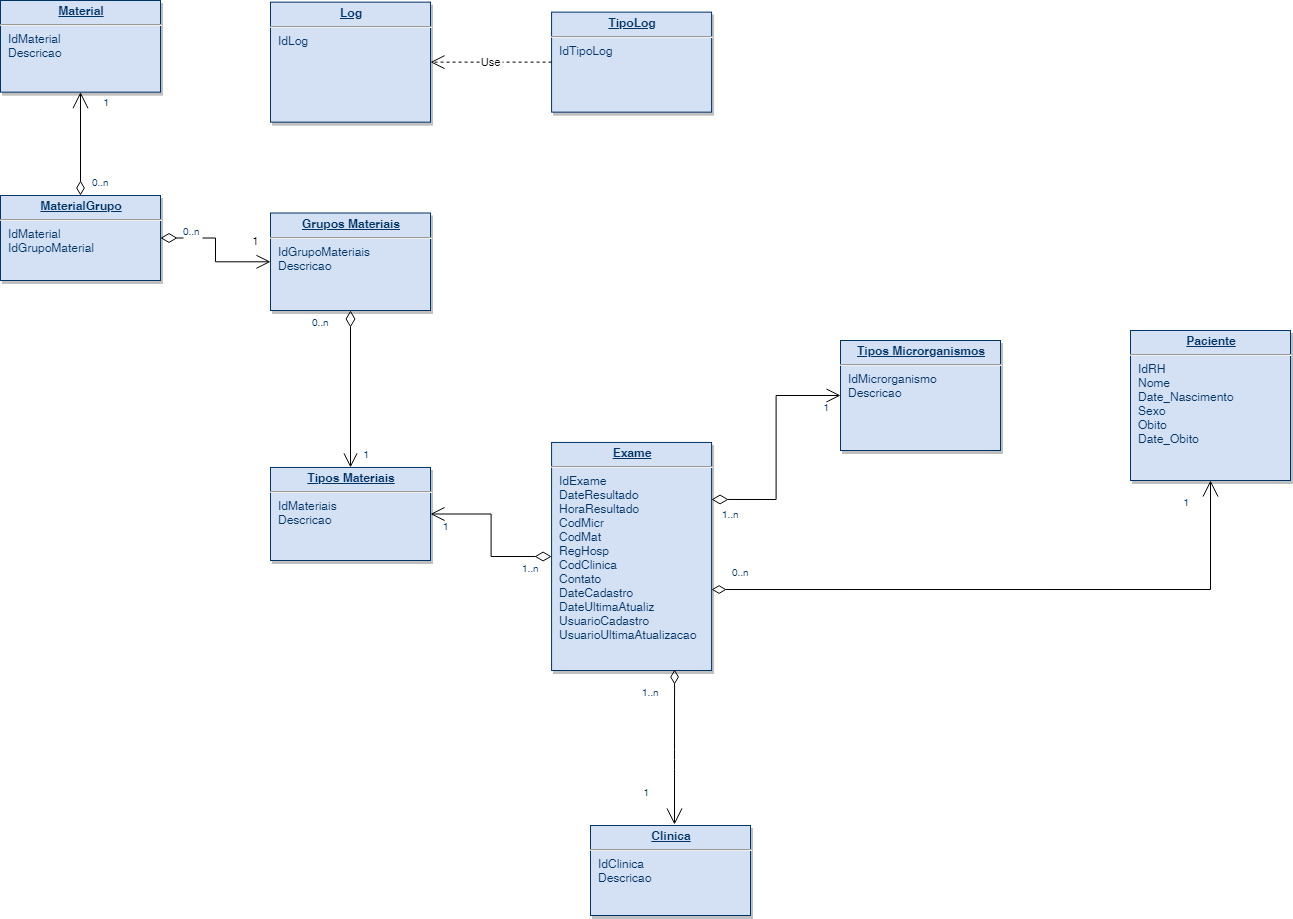
henriqlustosa/Sistema_Isolamento_Novo keeps this draw.io diagram as Sistema_Isolamento.png. Above is the earlier version. Source tidied: cells renumbered, new cells last; positions are measured from the earlier drawing's top-left corner, leaving out a move shared by most shapes.
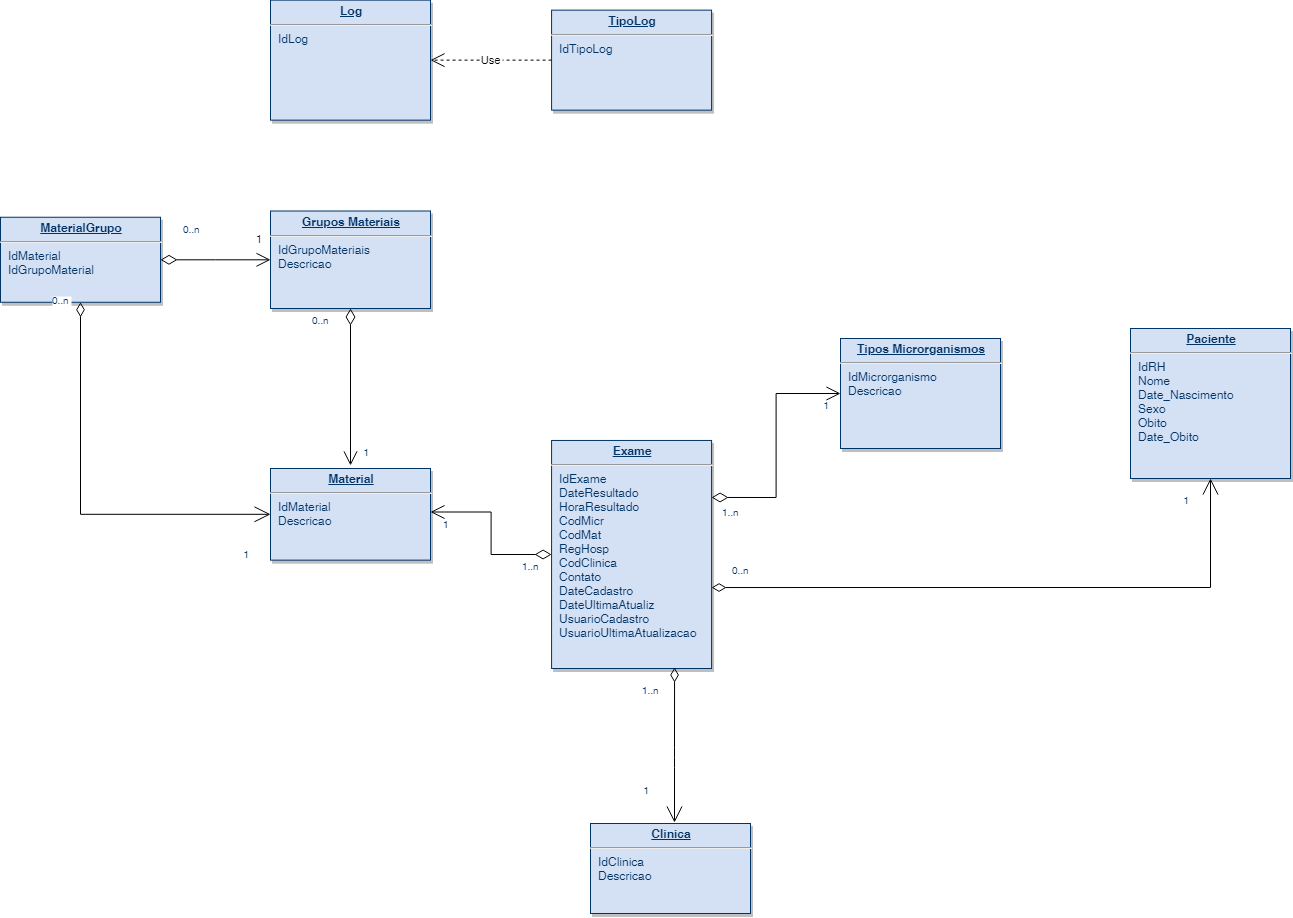
Above is the later version.

What changed in the source:
```diff
@@ -9,7 +9,7 @@
       <mxGeometry x="270" y="212.5" width="160" height="97.5" as="geometry" />
     </mxCell>
     <mxCell id="4" value="&lt;p style=&quot;margin: 0px ; margin-top: 4px ; text-align: center ; text-decoration: underline&quot;&gt;&lt;b&gt;MaterialGrupo&lt;/b&gt;&lt;/p&gt;&lt;hr&gt;&lt;p style=&quot;margin: 0px ; margin-left: 8px&quot;&gt;IdMaterial&lt;/p&gt;&lt;p style=&quot;margin: 0px ; margin-left: 8px&quot;&gt;IdGrupoMaterial&lt;/p&gt;" style="verticalAlign=top;align=left;overflow=fill;fontSize=12;fontFamily=Helvetica;html=1;strokeColor=#003366;shadow=1;fillColor=#D4E1F5;fontColor=#003366;" parent="1" vertex="1">
-      <mxGeometry y="195" width="160" height="85" as="geometry" />
+      <mxGeometry y="218.8" width="160" height="85" as="geometry" />
     </mxCell>
     <mxCell id="5" value="&lt;p style=&quot;margin: 0px ; margin-top: 4px ; text-align: center ; text-decoration: underline&quot;&gt;&lt;b&gt;Tipos Microrganismos&lt;/b&gt;&lt;/p&gt;&lt;hr&gt;&lt;p style=&quot;margin: 0px ; margin-left: 8px&quot;&gt;IdMicrorganismo&lt;/p&gt;&lt;p style=&quot;margin: 0px ; margin-left: 8px&quot;&gt;Descricao&lt;/p&gt;" style="verticalAlign=top;align=left;overflow=fill;fontSize=12;fontFamily=Helvetica;html=1;strokeColor=#003366;shadow=1;fillColor=#D4E1F5;fontColor=#003366;" parent="1" vertex="1">
       <mxGeometry x="840" y="340" width="160" height="110" as="geometry" />
@@ -17,11 +17,8 @@
     <mxCell id="6" value="&lt;p style=&quot;margin: 0px ; margin-top: 4px ; text-align: center ; text-decoration: underline&quot;&gt;&lt;b&gt;TipoLog&lt;/b&gt;&lt;/p&gt;&lt;hr&gt;&lt;p style=&quot;margin: 0px ; margin-left: 8px&quot;&gt;IdTipoLog&lt;/p&gt;&lt;p style=&quot;margin: 0px ; margin-left: 8px&quot;&gt;&lt;br&gt;&lt;/p&gt;" style="verticalAlign=top;align=left;overflow=fill;fontSize=12;fontFamily=Helvetica;html=1;strokeColor=#003366;shadow=1;fillColor=#D4E1F5;fontColor=#003366;" parent="1" vertex="1">
       <mxGeometry x="551.1" y="11.6" width="160" height="100" as="geometry" />
     </mxCell>
-    <mxCell id="7" value="&lt;p style=&quot;margin: 0px ; margin-top: 4px ; text-align: center ; text-decoration: underline&quot;&gt;&lt;b&gt;Tipos Materiais&lt;/b&gt;&lt;/p&gt;&lt;hr&gt;&lt;p style=&quot;margin: 0px ; margin-left: 8px&quot;&gt;IdMateriais&lt;/p&gt;&lt;p style=&quot;margin: 0px ; margin-left: 8px&quot;&gt;Descricao&lt;/p&gt;" style="verticalAlign=top;align=left;overflow=fill;fontSize=12;fontFamily=Helvetica;html=1;strokeColor=#003366;shadow=1;fillColor=#D4E1F5;fontColor=#003366;" parent="1" vertex="1">
-      <mxGeometry x="270" y="467" width="160" height="93" as="geometry" />
-    </mxCell>
     <mxCell id="8" value="&lt;p style=&quot;margin: 0px ; margin-top: 4px ; text-align: center ; text-decoration: underline&quot;&gt;&lt;b&gt;Material&lt;/b&gt;&lt;/p&gt;&lt;hr&gt;&lt;p style=&quot;margin: 0px ; margin-left: 8px&quot;&gt;IdMaterial&lt;/p&gt;&lt;p style=&quot;margin: 0px ; margin-left: 8px&quot;&gt;Descricao&lt;/p&gt;" style="verticalAlign=top;align=left;overflow=fill;fontSize=12;fontFamily=Helvetica;html=1;strokeColor=#003366;shadow=1;fillColor=#D4E1F5;fontColor=#003366;" parent="1" vertex="1">
-      <mxGeometry width="160" height="91.6" as="geometry" />
+      <mxGeometry x="270" y="470" width="160" height="91.6" as="geometry" />
     </mxCell>
     <mxCell id="9" value="&lt;p style=&quot;margin: 0px ; margin-top: 4px ; text-align: center ; text-decoration: underline&quot;&gt;&lt;b&gt;Paciente&lt;/b&gt;&lt;/p&gt;&lt;hr&gt;&lt;p style=&quot;margin: 0px ; margin-left: 8px&quot;&gt;IdRH&lt;br&gt;Nome&lt;/p&gt;&lt;p style=&quot;margin: 0px ; margin-left: 8px&quot;&gt;Date_Nascimento&lt;/p&gt;&lt;p style=&quot;margin: 0px ; margin-left: 8px&quot;&gt;Sexo&lt;/p&gt;&lt;p style=&quot;margin: 0px ; margin-left: 8px&quot;&gt;Obito&lt;/p&gt;&lt;p style=&quot;margin: 0px ; margin-left: 8px&quot;&gt;Date_Obito&lt;/p&gt;&lt;p style=&quot;margin: 0px ; margin-left: 8px&quot;&gt;&lt;br&gt;&lt;/p&gt;" style="verticalAlign=top;align=left;overflow=fill;fontSize=12;fontFamily=Helvetica;html=1;strokeColor=#003366;shadow=1;fillColor=#D4E1F5;fontColor=#003366;" parent="1" vertex="1">
       <mxGeometry x="1130" y="330" width="160" height="150" as="geometry" />
@@ -82,8 +79,10 @@
         <mxPoint x="479" y="-99" as="offset" />
       </mxGeometry>
     </mxCell>
-    <mxCell id="21" style="endArrow=open;endSize=12;startArrow=diamondThin;startSize=14;startFill=0;edgeStyle=orthogonalEdgeStyle;" parent="1" edge="1" source="3" target="7">
-      <mxGeometry x="519.4" y="200" as="geometry" />
+    <mxCell id="21" style="endArrow=open;endSize=12;startArrow=diamondThin;startSize=14;startFill=0;edgeStyle=orthogonalEdgeStyle;" parent="1" edge="1" source="3">
+      <mxGeometry x="519.4" y="200" as="geometry">
+        <mxPoint x="350" y="467" as="targetPoint" />
+      </mxGeometry>
     </mxCell>
     <mxCell id="22" value="0..n" style="align=left;verticalAlign=top;labelBackgroundColor=#ffffff;fontSize=10;strokeColor=#003366;shadow=1;fillColor=#D4E1F5;fontColor=#003366;" parent="21" vertex="1">
       <mxGeometry x="-1" relative="1" as="geometry">
@@ -95,21 +94,23 @@
         <mxPoint x="20" y="-25" as="offset" />
       </mxGeometry>
     </mxCell>
-    <mxCell id="24" style="endArrow=diamondThin;endSize=12;startArrow=open;startSize=14;startFill=0;edgeStyle=orthogonalEdgeStyle;endFill=0;" parent="1" edge="1" source="8" target="4">
+    <mxCell id="24" style="endArrow=diamondThin;endSize=12;startArrow=open;startSize=14;startFill=0;edgeStyle=orthogonalEdgeStyle;endFill=0;rounded=0;" parent="1" edge="1" source="8" target="4">
       <mxGeometry x="620" y="340" as="geometry" />
     </mxCell>
     <mxCell id="25" value="0..n" style="align=left;verticalAlign=top;labelBackgroundColor=#ffffff;fontSize=10;strokeColor=#003366;shadow=1;fillColor=#D4E1F5;fontColor=#003366;" parent="24" vertex="1">
       <mxGeometry x="-1" relative="1" as="geometry">
-        <mxPoint x="10" y="78.4" as="offset" />
+        <mxPoint x="-220" y="-225.8" as="offset" />
       </mxGeometry>
     </mxCell>
     <mxCell id="26" value="1" style="align=right;verticalAlign=top;labelBackgroundColor=#ffffff;fontSize=10;strokeColor=#003366;shadow=1;fillColor=#D4E1F5;fontColor=#003366;" parent="24" vertex="1">
       <mxGeometry x="1" relative="1" as="geometry">
-        <mxPoint x="30" y="-104.6" as="offset" />
+        <mxPoint x="170" y="240.2" as="offset" />
       </mxGeometry>
     </mxCell>
-    <mxCell id="27" style="endArrow=open;endSize=12;startArrow=diamondThin;startSize=14;startFill=0;edgeStyle=orthogonalEdgeStyle;rounded=0;" parent="1" edge="1" source="10" target="7">
-      <mxGeometry x="369.4" y="360" as="geometry" />
+    <mxCell id="27" style="endArrow=open;endSize=12;startArrow=diamondThin;startSize=14;startFill=0;edgeStyle=orthogonalEdgeStyle;rounded=0;" parent="1" edge="1" source="10">
+      <mxGeometry x="369.4" y="360" as="geometry">
+        <mxPoint x="430" y="513.5" as="targetPoint" />
+      </mxGeometry>
     </mxCell>
     <mxCell id="28" value="1..n" style="align=left;verticalAlign=top;labelBackgroundColor=#ffffff;fontSize=10;strokeColor=#003366;shadow=1;fillColor=#D4E1F5;fontColor=#003366;" parent="27" vertex="1">
       <mxGeometry x="-1" relative="1" as="geometry">
```
